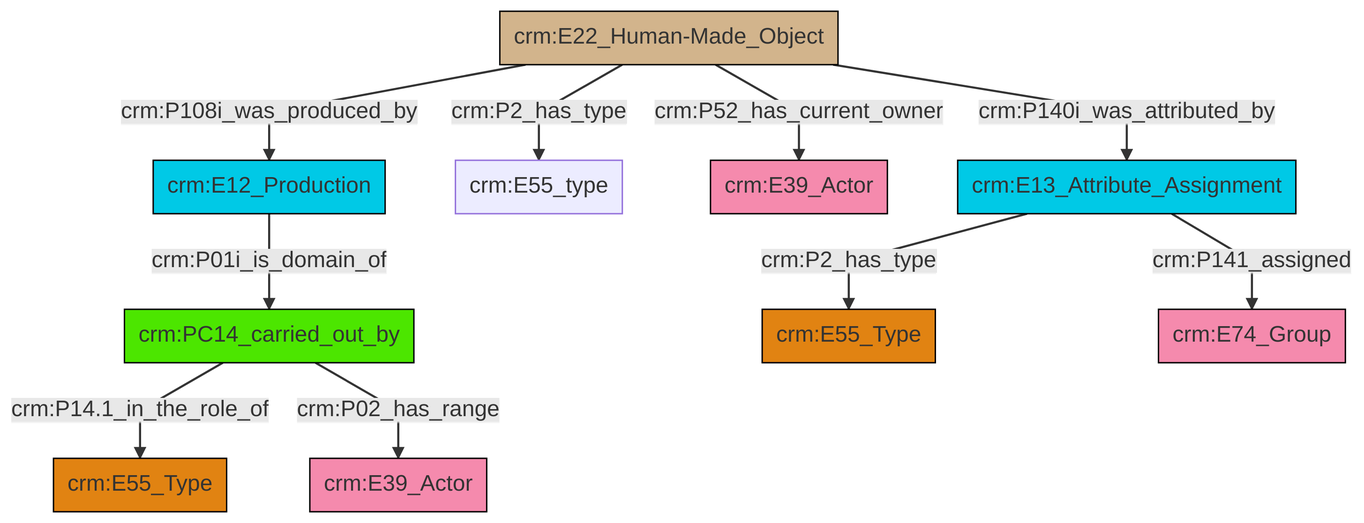
Above: et/builtWorkCSV/ttl/mmd/png/Built_Work_actor_relations.png in swiss-art-research-net/docs.swissartresearch (Mermaid), before the change. Its source is kept beside it as et/builtWorkCSV/ttl/mmd/Built_Work_actor_relations.ttl.mmd.
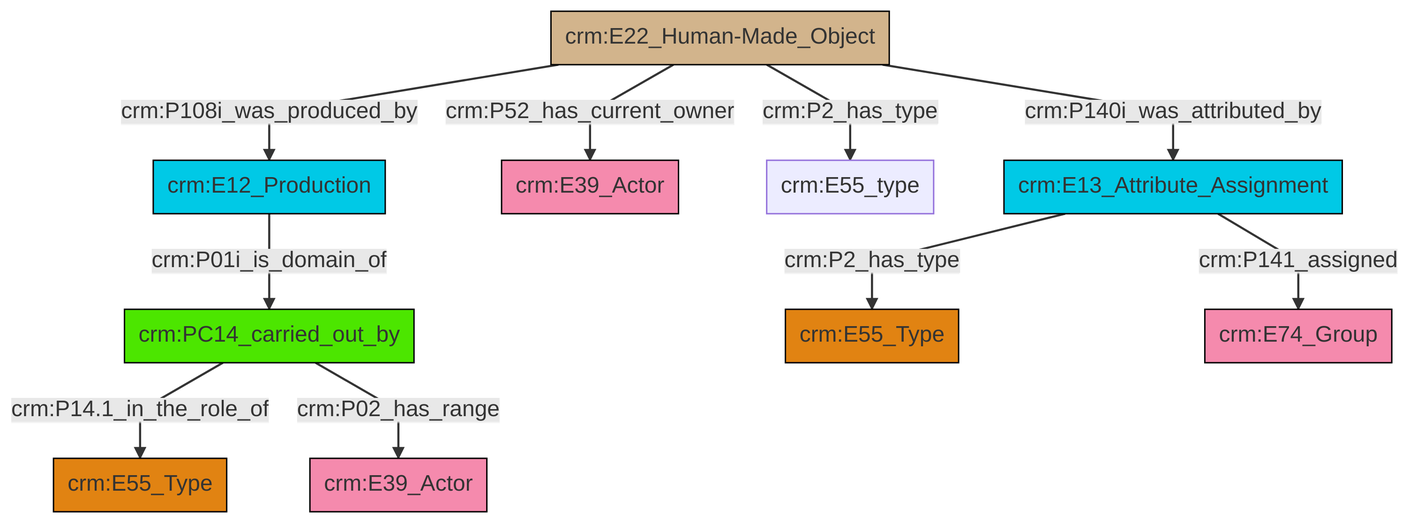
Later version of the same file.

What changed in the source:
```diff
@@ -13,12 +13,12 @@
 classDef PC_Classes fill:#4ce600, stroke:#000000;
 classDef Multi fill:#cccccc,stroke:#000000;
 
-0["crm:PC14_carried_out_by"]:::PC_Classes -->|crm:P14.1_in_the_role_of| 1["crm:E55_Type"]:::Type
 2["crm:E13_Attribute_Assignment"]:::Temporal_Entity -->|crm:P2_has_type| 3["crm:E55_Type"]:::Type
-0["crm:PC14_carried_out_by"]:::PC_Classes -->|crm:P02_has_range| 4["crm:E39_Actor"]:::Actor
-6["crm:E22_Human-Made_Object"]:::Physical_Thing -->|crm:P2_has_type| 8["crm:E55_type"]:::Default
-2["crm:E13_Attribute_Assignment"]:::Temporal_Entity -->|crm:P141_assigned| 9["crm:E74_Group"]:::Actor
-6["crm:E22_Human-Made_Object"]:::Physical_Thing -->|crm:P52_has_current_owner| 12["crm:E39_Actor"]:::Actor
-6["crm:E22_Human-Made_Object"]:::Physical_Thing -->|crm:P108i_was_produced_by| 14["crm:E12_Production"]:::Temporal_Entity
-14["crm:E12_Production"]:::Temporal_Entity -->|crm:P01i_is_domain_of| 0["crm:PC14_carried_out_by"]:::PC_Classes
-6["crm:E22_Human-Made_Object"]:::Physical_Thing -->|crm:P140i_was_attributed_by| 2["crm:E13_Attribute_Assignment"]:::Temporal_Entity
+4["crm:E22_Human-Made_Object"]:::Physical_Thing -->|crm:P52_has_current_owner| 5["crm:E39_Actor"]:::Actor
+4["crm:E22_Human-Made_Object"]:::Physical_Thing -->|crm:P108i_was_produced_by| 10["crm:E12_Production"]:::Temporal_Entity
+2["crm:E13_Attribute_Assignment"]:::Temporal_Entity -->|crm:P141_assigned| 14["crm:E74_Group"]:::Actor
+10["crm:E12_Production"]:::Temporal_Entity -->|crm:P01i_is_domain_of| 0["crm:PC14_carried_out_by"]:::PC_Classes
+4["crm:E22_Human-Made_Object"]:::Physical_Thing -->|crm:P2_has_type| 8["crm:E55_type"]:::Default
+4["crm:E22_Human-Made_Object"]:::Physical_Thing -->|crm:P140i_was_attributed_by| 2["crm:E13_Attribute_Assignment"]:::Temporal_Entity
+0["crm:PC14_carried_out_by"]:::PC_Classes -->|crm:P14.1_in_the_role_of| 6["crm:E55_Type"]:::Type
+0["crm:PC14_carried_out_by"]:::PC_Classes -->|crm:P02_has_range| 11["crm:E39_Actor"]:::Actor
```
